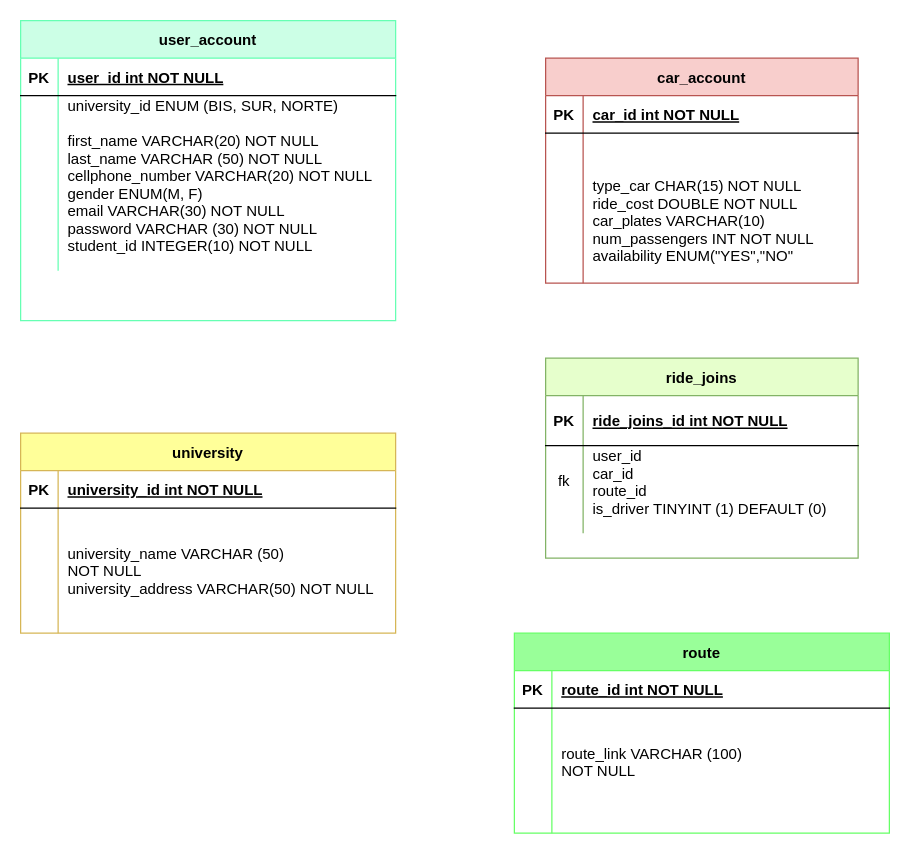
Earlier version of the draw.io diagram entity-relationship-diagram.drawio (carpool-bis/entity-relationship-diagram). Source tidied: cells renumbered, new cells numbered last; positions are measured from the earlier drawing's top-left corner, leaving out a move shared by most shapes. Both pictures are drawn from the tidied source at 125%, with x=0, y=0 at pixel (20, 20).
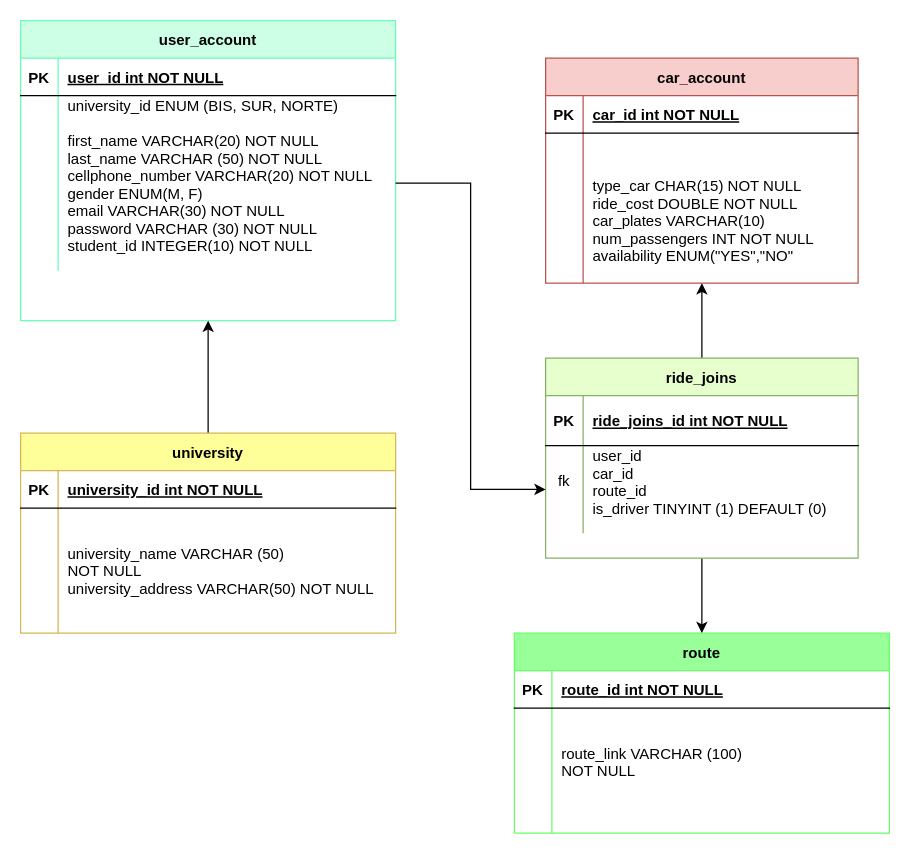
The same diagram, later.

Commit message:
relations-arrows

The change refers to these unchanged cells:
```xml
<mxCell id="9" style="shape=partialRectangle;fillColor=none;points=[[0,0.5],[1,0.5]];portConstraint=eastwest;top=0;left=0;right=0;bottom=0;" parent="2" vertex="1">
  <mxGeometry y="80" width="250" height="100" as="geometry" />
</mxCell>
<mxCell id="12" value="user_account" style="shape=table;startSize=30;childLayout=tableLayout;rowLines=0;fontStyle=1;align=center;fillColor=#CCFFE6;strokeColor=#66FFB3;" parent="1" vertex="1">
  <mxGeometry width="300" height="240" as="geometry" />
</mxCell>
<mxCell id="16" style="shape=partialRectangle;fillColor=none;points=[[0,0.5],[1,0.5]];portConstraint=eastwest;top=0;left=0;right=0;bottom=0;" parent="12" vertex="1">
  <mxGeometry y="60" width="300" height="140" as="geometry" />
</mxCell>
<mxCell id="19" value="university" style="shape=table;startSize=30;childLayout=tableLayout;rowLines=0;fontStyle=1;align=center;fillColor=#FFFF99;strokeColor=#d6b656;" parent="1" vertex="1">
  <mxGeometry y="330" width="300" height="160" as="geometry" />
</mxCell>
<mxCell id="26" value="route" style="shape=table;startSize=30;childLayout=tableLayout;rowLines=0;fontStyle=1;align=center;fillColor=#99FF99;strokeColor=#66FF66;" parent="1" vertex="1">
  <mxGeometry x="395" y="490" width="300" height="160" as="geometry" />
</mxCell>
<mxCell id="33" value="ride_joins" style="shape=table;startSize=30;childLayout=tableLayout;rowLines=0;fontStyle=1;align=center;fillColor=#E6FFCC;strokeColor=#82b366;" parent="1" vertex="1">
  <mxGeometry x="420" y="270" width="250" height="160" as="geometry" />
</mxCell>
<mxCell id="37" style="shape=partialRectangle;fillColor=none;points=[[0,0.5],[1,0.5]];portConstraint=eastwest;top=0;left=0;right=0;bottom=0;" parent="33" vertex="1">
  <mxGeometry y="70" width="250" height="70" as="geometry" />
</mxCell>
```

Diff of the diagram source:
```diff
@@
+    <mxCell id="40" style="edgeStyle=orthogonalEdgeStyle;rounded=0;jettySize=auto;html=1;exitX=0.5;exitY=0;exitDx=0;exitDy=0;entryX=0.5;entryY=1;entryDx=0;entryDy=0;" parent="1" edge="1" source="19" target="12">
+      <mxGeometry relative="1" as="geometry" />
+    </mxCell>
@@
+    <mxCell id="41" style="edgeStyle=orthogonalEdgeStyle;rounded=0;jettySize=auto;html=1;exitX=0.5;exitY=0;exitDx=0;exitDy=0;entryX=0.5;entryY=1;entryDx=0;entryDy=0;entryPerimeter=0;" parent="1" edge="1" source="33" target="9">
+      <mxGeometry relative="1" as="geometry" />
+    </mxCell>
+    <mxCell id="42" style="edgeStyle=orthogonalEdgeStyle;rounded=0;jettySize=auto;html=1;exitX=0.5;exitY=1;exitDx=0;exitDy=0;entryX=0.5;entryY=0;entryDx=0;entryDy=0;" parent="1" edge="1" source="33" target="26">
+      <mxGeometry relative="1" as="geometry" />
+    </mxCell>
@@
+    <mxCell id="43" style="edgeStyle=orthogonalEdgeStyle;rounded=0;jettySize=auto;html=1;exitX=1;exitY=0.5;exitDx=0;exitDy=0;entryX=0;entryY=0.5;entryDx=0;entryDy=0;" parent="1" edge="1" source="16" target="37">
+      <mxGeometry relative="1" as="geometry" />
+    </mxCell>
```
